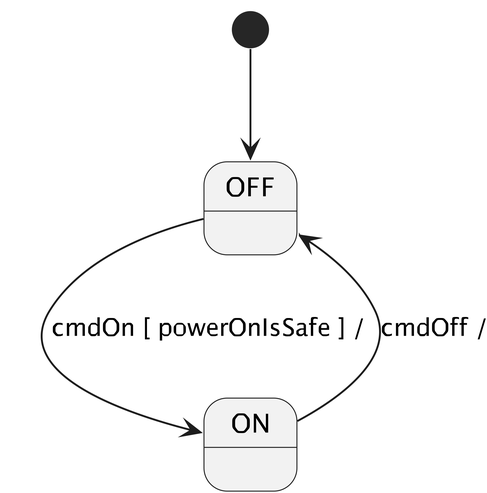
Above: docs/users-guide/diagrams/state-machine/GuardedTransitions.png in nasa/fpp (PlantUML), before the change. Its source is kept beside it as docs/users-guide/diagrams/state-machine/GuardedTransitions.puml.
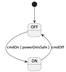
Later version of the same file.

Diff of the diagram source:
```diff
@@ -6,7 +6,7 @@
 
 state ON
 
-OFF --> ON : cmdOn [ powerOnIsSafe ] /
-ON --> OFF : cmdOff /
+OFF --> ON : cmdOn [ powerOnIsSafe ]
+ON --> OFF : cmdOff
 
 @enduml
```
